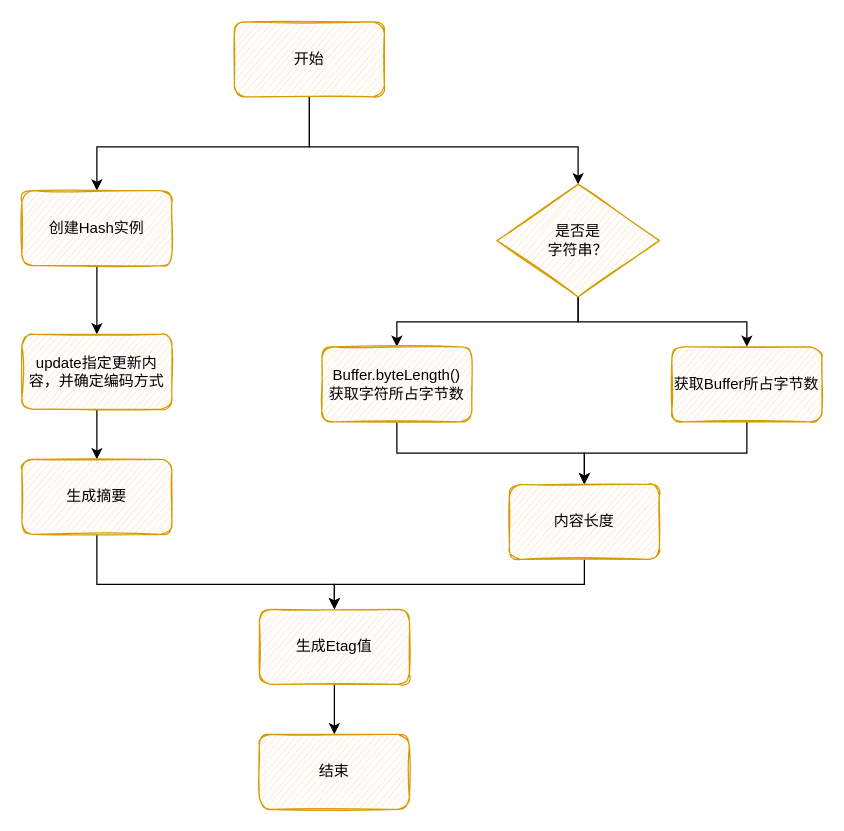
Above: page "etag加密" (1 of 3) of assets/未命名绘图.drawio in Smallnuo/Smallnuo.github.io (draw.io), before the change. Source tidied: cells renumbered, new cells numbered last; positions are measured from the earlier drawing's top-left corner, leaving out a move shared by most shapes. Both pictures are drawn from the tidied source at 125%, with x=0, y=0 at pixel (21, 21).
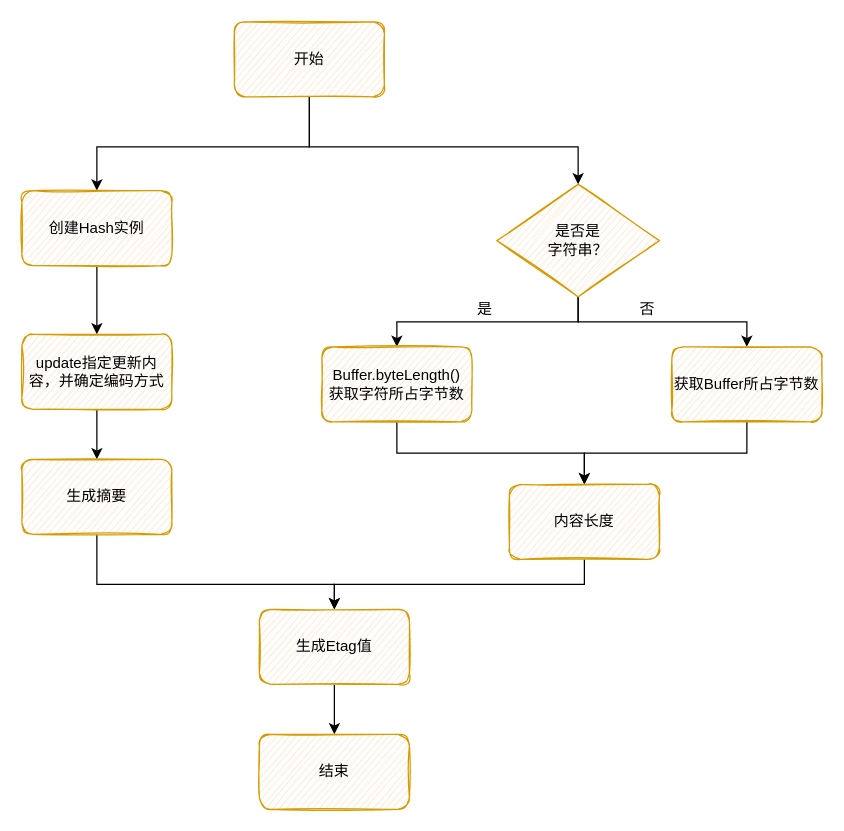
After the change.

Diff of the diagram source:
```diff
@@
+    <mxCell id="23" value="是" style="text;html=1;align=center;verticalAlign=middle;strokeColor=none;fillColor=none;" parent="1" vertex="1">
+      <mxGeometry x="355" y="220" width="30" height="20" as="geometry" />
+    </mxCell>
+    <mxCell id="24" value="否" style="text;html=1;align=center;verticalAlign=middle;strokeColor=none;fillColor=none;" parent="1" vertex="1">
+      <mxGeometry x="485" y="220" width="30" height="20" as="geometry" />
+    </mxCell>
```
